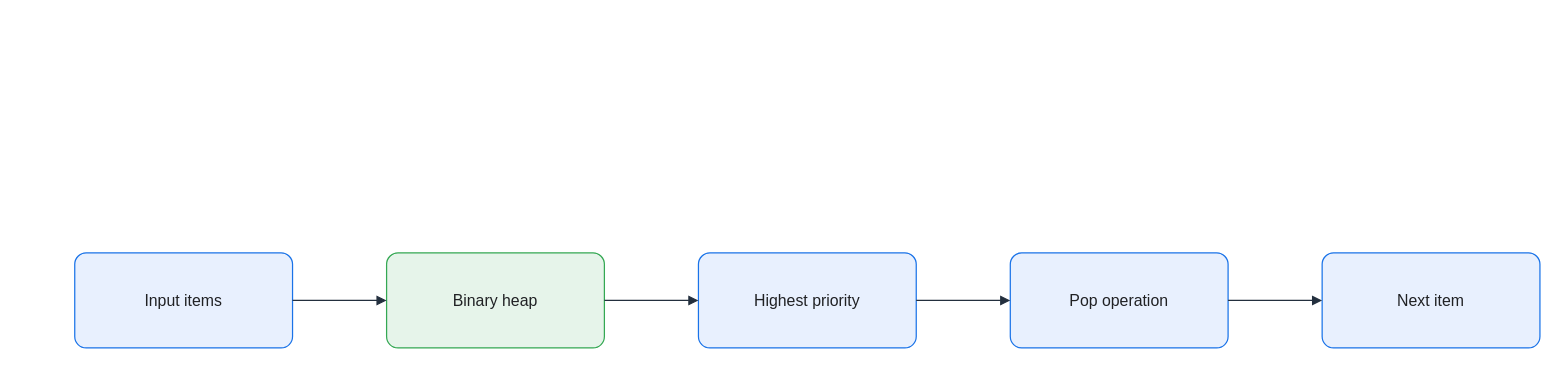
KKamJi98/kkamji98.github.io keeps this draw.io diagram as assets/img/data-structures/priority-queue-heap-flow.drawio. Above is the earlier version. Source tidied: cells renumbered, new cells numbered last; positions are measured from the earlier drawing's top-left corner, leaving out a move shared by most shapes. Both pictures are drawn from the tidied source at 99%, with x=0, y=0 at pixel (74, 252).
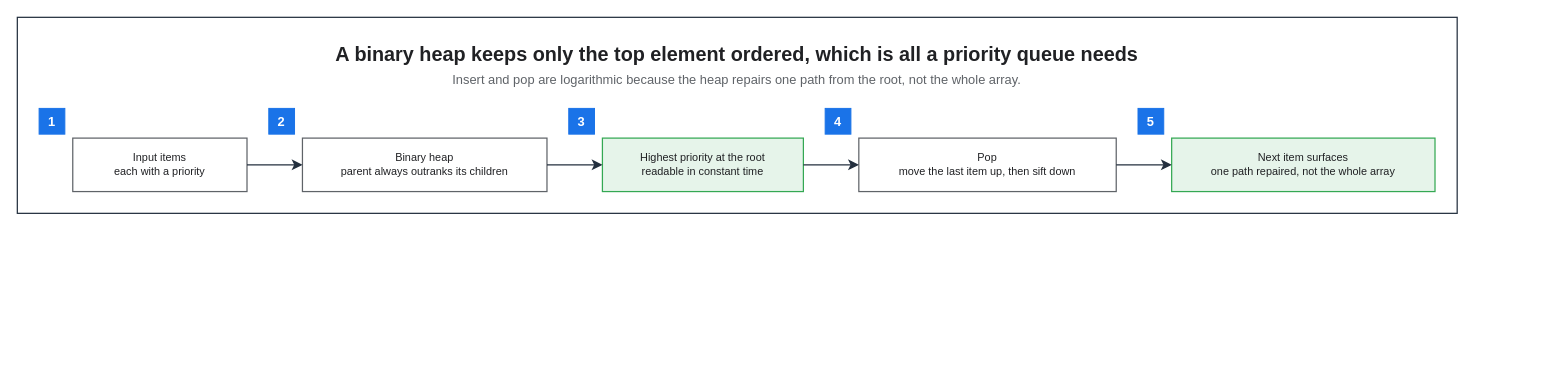
After the change.

Diff of the diagram source:
```diff
@@
 <mxGraphModel background="#FFFFFF">
   <root>
     <mxCell id="0" />
     <mxCell id="1" parent="0" />
-    <mxCell id="2" value="Input items" style="rounded=1;arcSize=12;whiteSpace=wrap;html=0;fillColor=#E8F0FE;strokeColor=#1A73E8;strokeWidth=1.25;fontColor=#202124;fontSize=16;align=center;verticalAlign=middle;spacing=8;shadow=0;" parent="1" vertex="1">
-      <mxGeometry width="220" height="96" as="geometry" />
-    </mxCell>
-    <mxCell id="3" value="Binary heap" style="rounded=1;arcSize=12;whiteSpace=wrap;html=0;fillColor=#E6F4EA;strokeColor=#34A853;strokeWidth=1.25;fontColor=#202124;fontSize=16;align=center;verticalAlign=middle;spacing=8;shadow=0;" parent="1" vertex="1">
-      <mxGeometry x="315" width="220" height="96" as="geometry" />
-    </mxCell>
-    <mxCell id="4" value="Highest priority" style="rounded=1;arcSize=12;whiteSpace=wrap;html=0;fillColor=#E8F0FE;strokeColor=#1A73E8;strokeWidth=1.25;fontColor=#202124;fontSize=16;align=center;verticalAlign=middle;spacing=8;shadow=0;" parent="1" vertex="1">
-      <mxGeometry x="630" width="220" height="96" as="geometry" />
-    </mxCell>
-    <mxCell id="5" value="Pop operation" style="rounded=1;arcSize=12;whiteSpace=wrap;html=0;fillColor=#E8F0FE;strokeColor=#1A73E8;strokeWidth=1.25;fontColor=#202124;fontSize=16;align=center;verticalAlign=middle;spacing=8;shadow=0;" parent="1" vertex="1">
-      <mxGeometry x="945" width="220" height="96" as="geometry" />
-    </mxCell>
-    <mxCell id="6" value="Next item" style="rounded=1;arcSize=12;whiteSpace=wrap;html=0;fillColor=#E8F0FE;strokeColor=#1A73E8;strokeWidth=1.25;fontColor=#202124;fontSize=16;align=center;verticalAlign=middle;spacing=8;shadow=0;" parent="1" vertex="1">
-      <mxGeometry x="1260" width="220" height="96" as="geometry" />
-    </mxCell>
-    <mxCell id="7" style="edgeStyle=orthogonalEdgeStyle;rounded=0;jettySize=auto;html=0;endArrow=block;endFill=1;strokeColor=#232F3E;strokeWidth=1.25;fontColor=#202124;labelBackgroundColor=none;exitX=1;exitY=0.5;exitDx=0;exitDy=0;entryX=0;entryY=0.5;entryDx=0;entryDy=0;endSize=7;" parent="1" edge="1" source="2" target="3">
-      <mxGeometry relative="1" as="geometry" />
-    </mxCell>
-    <mxCell id="8" style="edgeStyle=orthogonalEdgeStyle;rounded=0;jettySize=auto;html=0;endArrow=block;endFill=1;strokeColor=#232F3E;strokeWidth=1.25;fontColor=#202124;labelBackgroundColor=none;exitX=1;exitY=0.5;exitDx=0;exitDy=0;entryX=0;entryY=0.5;entryDx=0;entryDy=0;endSize=7;" parent="1" edge="1" source="3" target="4">
-      <mxGeometry relative="1" as="geometry" />
-    </mxCell>
-    <mxCell id="9" style="edgeStyle=orthogonalEdgeStyle;rounded=0;jettySize=auto;html=0;endArrow=block;endFill=1;strokeColor=#232F3E;strokeWidth=1.25;fontColor=#202124;labelBackgroundColor=none;exitX=1;exitY=0.5;exitDx=0;exitDy=0;entryX=0;entryY=0.5;entryDx=0;entryDy=0;endSize=7;" parent="1" edge="1" source="4" target="5">
-      <mxGeometry relative="1" as="geometry" />
-    </mxCell>
-    <mxCell id="10" style="edgeStyle=orthogonalEdgeStyle;rounded=0;jettySize=auto;html=0;endArrow=block;endFill=1;strokeColor=#232F3E;strokeWidth=1.25;fontColor=#202124;labelBackgroundColor=none;exitX=1;exitY=0.5;exitDx=0;exitDy=0;entryX=0;entryY=0.5;entryDx=0;entryDy=0;endSize=7;" parent="1" edge="1" source="5" target="6">
-      <mxGeometry relative="1" as="geometry" />
-    </mxCell>
+    <mxCell id="11" style="rounded=0;html=0;fillColor=none;strokeColor=#232F3E;fontColor=#202124;strokeWidth=1.25;" parent="1" vertex="1">
+      <mxGeometry x="-58" y="-238" width="1454.4" height="198" as="geometry" />
+    </mxCell>
+    <mxCell id="12" value="A binary heap keeps only the top element ordered, which is all a priority queue needs" style="text;html=0;whiteSpace=wrap;fillColor=none;strokeColor=none;fontColor=#202124;fontSize=20;fontStyle=1;align=center;verticalAlign=middle;" parent="1" vertex="1">
+      <mxGeometry x="-36" y="-216" width="1410.4" height="30" as="geometry" />
+    </mxCell>
+    <mxCell id="13" value="Insert and pop are logarithmic because the heap repairs one path from the root, not the whole array." style="text;html=0;whiteSpace=wrap;fillColor=none;strokeColor=none;fontColor=#5F6368;fontSize=13;fontStyle=0;align=center;verticalAlign=middle;" parent="1" vertex="1">
+      <mxGeometry x="-36" y="-186" width="1410.4" height="22" as="geometry" />
+    </mxCell>
+    <mxCell id="14" value="Input items&#10;each with a priority" style="rounded=0;whiteSpace=wrap;html=0;fillColor=#FFFFFF;strokeColor=#5F6368;fontColor=#202124;fontSize=11;fontStyle=0;align=center;verticalAlign=middle;spacingLeft=6;spacingRight=6;strokeWidth=1.25;" parent="1" vertex="1">
+      <mxGeometry x="-2" y="-116" width="176" height="54" as="geometry" />
+    </mxCell>
+    <mxCell id="15" value="Binary heap&#10;parent always outranks its children" style="rounded=0;whiteSpace=wrap;html=0;fillColor=#FFFFFF;strokeColor=#5F6368;fontColor=#202124;fontSize=11;fontStyle=0;align=center;verticalAlign=middle;spacingLeft=6;spacingRight=6;strokeWidth=1.25;" parent="1" vertex="1">
+      <mxGeometry x="230" y="-116" width="247" height="54" as="geometry" />
+    </mxCell>
+    <mxCell id="16" value="Highest priority at the root&#10;readable in constant time" style="rounded=0;whiteSpace=wrap;html=0;fillColor=#E6F4EA;strokeColor=#34A853;fontColor=#202124;fontSize=11;fontStyle=0;align=center;verticalAlign=middle;spacingLeft=6;spacingRight=6;strokeWidth=1.25;" parent="1" vertex="1">
+      <mxGeometry x="533" y="-116" width="203" height="54" as="geometry" />
+    </mxCell>
+    <mxCell id="17" value="Pop&#10;move the last item up, then sift down" style="rounded=0;whiteSpace=wrap;html=0;fillColor=#FFFFFF;strokeColor=#5F6368;fontColor=#202124;fontSize=11;fontStyle=0;align=center;verticalAlign=middle;spacingLeft=6;spacingRight=6;strokeWidth=1.25;" parent="1" vertex="1">
+      <mxGeometry x="792" y="-116" width="260" height="54" as="geometry" />
+    </mxCell>
+    <mxCell id="18" value="Next item surfaces&#10;one path repaired, not the whole array" style="rounded=0;whiteSpace=wrap;html=0;fillColor=#E6F4EA;strokeColor=#34A853;fontColor=#202124;fontSize=11;fontStyle=0;align=center;verticalAlign=middle;spacingLeft=6;spacingRight=6;strokeWidth=1.25;" parent="1" vertex="1">
+      <mxGeometry x="1108" y="-116" width="266" height="54" as="geometry" />
+    </mxCell>
+    <mxCell id="19" value="1" style="rounded=0;whiteSpace=wrap;html=0;fillColor=#1A73E8;strokeColor=#1A73E8;fontColor=#FFFFFF;fontSize=13;fontStyle=1;align=center;verticalAlign=middle;" parent="1" vertex="1">
+      <mxGeometry x="-36" y="-146" width="26" height="26" as="geometry" />
+    </mxCell>
+    <mxCell id="20" value="2" style="rounded=0;whiteSpace=wrap;html=0;fillColor=#1A73E8;strokeColor=#1A73E8;fontColor=#FFFFFF;fontSize=13;fontStyle=1;align=center;verticalAlign=middle;" parent="1" vertex="1">
+      <mxGeometry x="196" y="-146" width="26" height="26" as="geometry" />
+    </mxCell>
+    <mxCell id="21" value="3" style="rounded=0;whiteSpace=wrap;html=0;fillColor=#1A73E8;strokeColor=#1A73E8;fontColor=#FFFFFF;fontSize=13;fontStyle=1;align=center;verticalAlign=middle;" parent="1" vertex="1">
+      <mxGeometry x="499" y="-146" width="26" height="26" as="geometry" />
+    </mxCell>
+    <mxCell id="22" value="4" style="rounded=0;whiteSpace=wrap;html=0;fillColor=#1A73E8;strokeColor=#1A73E8;fontColor=#FFFFFF;fontSize=13;fontStyle=1;align=center;verticalAlign=middle;" parent="1" vertex="1">
+      <mxGeometry x="758" y="-146" width="26" height="26" as="geometry" />
+    </mxCell>
+    <mxCell id="23" value="5" style="rounded=0;whiteSpace=wrap;html=0;fillColor=#1A73E8;strokeColor=#1A73E8;fontColor=#FFFFFF;fontSize=13;fontStyle=1;align=center;verticalAlign=middle;" parent="1" vertex="1">
+      <mxGeometry x="1074" y="-146" width="26" height="26" as="geometry" />
+    </mxCell>
+    <mxCell id="24" style="edgeStyle=orthogonalEdgeStyle;rounded=0;html=0;strokeColor=#232F3E;strokeWidth=1.25;endArrow=classic;endFill=1;endSize=7;fontSize=11;fontColor=#202124;labelBackgroundColor=none;jettySize=14;exitX=1;exitY=0.5;entryX=0;entryY=0.5;exitDx=0;exitDy=0;entryDx=0;entryDy=0;" parent="1" edge="1" source="14" target="15">
+      <mxGeometry relative="1" as="geometry" />
+    </mxCell>
+    <mxCell id="25" style="edgeStyle=orthogonalEdgeStyle;rounded=0;html=0;strokeColor=#232F3E;strokeWidth=1.25;endArrow=classic;endFill=1;endSize=7;fontSize=11;fontColor=#202124;labelBackgroundColor=none;jettySize=14;exitX=1;exitY=0.5;entryX=0;entryY=0.5;exitDx=0;exitDy=0;entryDx=0;entryDy=0;" parent="1" edge="1" source="15" target="16">
+      <mxGeometry relative="1" as="geometry" />
+    </mxCell>
+    <mxCell id="26" style="edgeStyle=orthogonalEdgeStyle;rounded=0;html=0;strokeColor=#232F3E;strokeWidth=1.25;endArrow=classic;endFill=1;endSize=7;fontSize=11;fontColor=#202124;labelBackgroundColor=none;jettySize=14;exitX=1;exitY=0.5;entryX=0;entryY=0.5;exitDx=0;exitDy=0;entryDx=0;entryDy=0;" parent="1" edge="1" source="16" target="17">
+      <mxGeometry relative="1" as="geometry" />
+    </mxCell>
+    <mxCell id="27" style="edgeStyle=orthogonalEdgeStyle;rounded=0;html=0;strokeColor=#232F3E;strokeWidth=1.25;endArrow=classic;endFill=1;endSize=7;fontSize=11;fontColor=#202124;labelBackgroundColor=none;jettySize=14;exitX=1;exitY=0.5;entryX=0;entryY=0.5;exitDx=0;exitDy=0;entryDx=0;entryDy=0;" parent="1" edge="1" source="17" target="18">
+      <mxGeometry relative="1" as="geometry" />
+    </mxCell>
   </root>
 </mxGraphModel>
```
